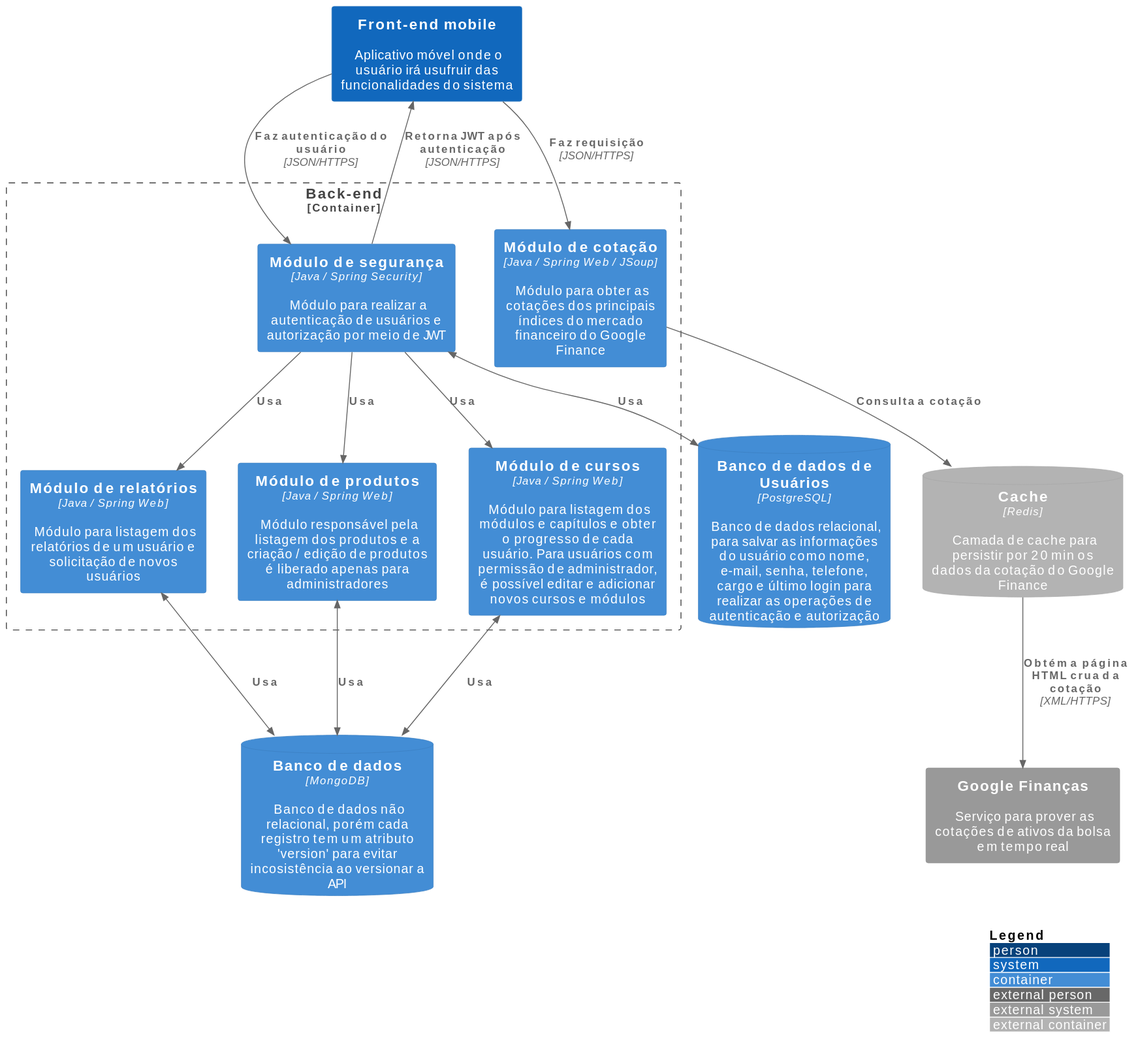
This is C2 Containers/Back-end/Back-end container.svg from Open-3A/3A-c4-model, a PlantUML export, as it was before one commit.
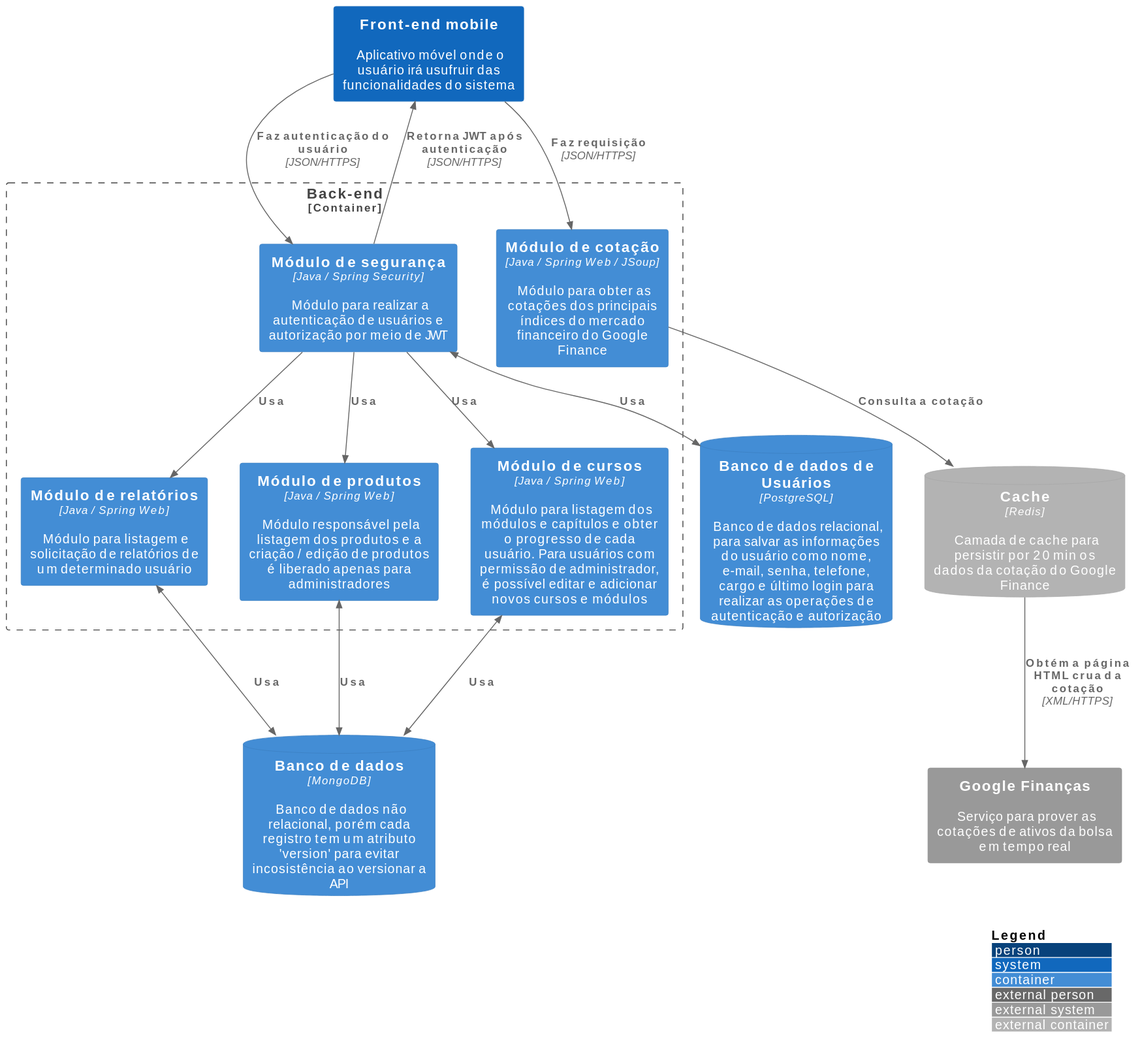
The same file after the commit.

Diff of the diagram source:
```diff
@@ -10,7 +10,7 @@
   Container(security_module, "Módulo de segurança", "Java / Spring Security", "Módulo para realizar a autenticação de usuários e autorização por meio de JWT")
   Container(products_module, "Módulo de produtos", "Java / Spring Web", "Módulo responsável pela listagem dos produtos e a criação / edição de produtos é liberado apenas para administradores")
   Container(courses_module, "Módulo de cursos", "Java / Spring Web", "Módulo para listagem dos módulos e capítulos e obter o progresso de cada usuário. Para usuários com permissão de administrador, é possível editar e adicionar novos cursos e módulos")
-  Container(reports_module, "Módulo de relatórios", "Java / Spring Web", "Módulo para listagem dos relatórios de um usuário e solicitação de novos usuários")
+  Container(reports_module, "Módulo de relatórios", "Java / Spring Web", "Módulo para listagem e solicitação de relatórios de um determinado usuário")
   Container(quotation_module, "Módulo de cotação", "Java / Spring Web / JSoup", "Módulo para obter as cotações dos principais índices do mercado financeiro do Google Finance")
 }
 
```
